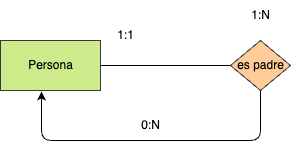
Above: Tareas/Unidad_2/tarea1/Ejercicio4.drawio.png in antonioinigo/base-datos (draw.io), before the change. Source tidied: cells renumbered, new cells last; positions are measured from the earlier drawing's top-left corner, leaving out a move shared by most shapes. Its diagram source:
```xml
<mxGraphModel>
  <root>
    <mxCell id="0" />
    <mxCell id="1" parent="0" />
    <mxCell id="2" style="html=1;entryX=0;entryY=0.5;entryDx=0;entryDy=0;fontColor=#000000;endArrow=none;endFill=0;" parent="1" edge="1" source="3" target="5">
      <mxGeometry relative="1" as="geometry" />
    </mxCell>
    <mxCell id="3" value="&lt;font color=&quot;#000000&quot;&gt;Persona&lt;/font&gt;" style="html=1;dashed=0;whitespace=wrap;fillColor=#cdeb8b;strokeColor=#36393d;" parent="1" vertex="1">
      <mxGeometry y="40" width="100" height="50" as="geometry" />
    </mxCell>
    <mxCell id="4" style="edgeStyle=elbowEdgeStyle;html=1;elbow=vertical;entryX=0.41;entryY=1.02;entryDx=0;entryDy=0;entryPerimeter=0;" parent="1" edge="1" source="5" target="3">
      <mxGeometry relative="1" as="geometry">
        <Array as="points">
          <mxPoint x="150" y="140" />
        </Array>
      </mxGeometry>
    </mxCell>
    <mxCell id="5" value="&lt;font color=&quot;#000000&quot;&gt;es padre&lt;br&gt;&lt;/font&gt;" style="shape=rhombus;html=1;dashed=0;whitespace=wrap;perimeter=rhombusPerimeter;fillColor=#ffcc99;strokeColor=#36393d;" parent="1" vertex="1">
      <mxGeometry x="230" y="40" width="60" height="50" as="geometry" />
    </mxCell>
    <mxCell id="6" value="1:1" style="text;html=1;align=center;verticalAlign=middle;strokeColor=none;fillColor=none;fontColor=#000000;" parent="1" vertex="1">
      <mxGeometry x="105" y="20" width="40" height="30" as="geometry" />
    </mxCell>
    <mxCell id="7" value="0:N" style="text;html=1;align=center;verticalAlign=middle;strokeColor=none;fillColor=none;fontColor=#000000;" parent="1" vertex="1">
      <mxGeometry x="130" y="110" width="40" height="30" as="geometry" />
    </mxCell>
    <mxCell id="8" value="1:N" style="text;html=1;align=center;verticalAlign=middle;strokeColor=none;fillColor=none;fontColor=#000000;" parent="1" vertex="1">
      <mxGeometry x="240" width="40" height="30" as="geometry" />
    </mxCell>
  </root>
</mxGraphModel>
```
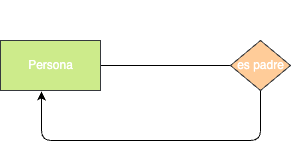
The same file after the commit.

What changed in the source:
```diff
@@ -2,29 +2,29 @@
   <root>
     <mxCell id="0" />
     <mxCell id="1" parent="0" />
-    <mxCell id="2" style="html=1;entryX=0;entryY=0.5;entryDx=0;entryDy=0;fontColor=#000000;endArrow=none;endFill=0;" parent="1" edge="1" source="3" target="5">
+    <mxCell id="2" style="html=1;entryX=0;entryY=0.5;entryDx=0;entryDy=0;fontColor=#FFFFFF;endArrow=none;endFill=0;" parent="1" edge="1" source="3" target="5">
       <mxGeometry relative="1" as="geometry" />
     </mxCell>
-    <mxCell id="3" value="&lt;font color=&quot;#000000&quot;&gt;Persona&lt;/font&gt;" style="html=1;dashed=0;whitespace=wrap;fillColor=#cdeb8b;strokeColor=#36393d;" parent="1" vertex="1">
+    <mxCell id="3" value="&lt;font&gt;Persona&lt;/font&gt;" style="html=1;dashed=0;whitespace=wrap;fillColor=#cdeb8b;strokeColor=#36393d;fontColor=#FFFFFF;" parent="1" vertex="1">
       <mxGeometry y="40" width="100" height="50" as="geometry" />
     </mxCell>
-    <mxCell id="4" style="edgeStyle=elbowEdgeStyle;html=1;elbow=vertical;entryX=0.41;entryY=1.02;entryDx=0;entryDy=0;entryPerimeter=0;" parent="1" edge="1" source="5" target="3">
+    <mxCell id="4" style="edgeStyle=elbowEdgeStyle;html=1;elbow=vertical;entryX=0.41;entryY=1.02;entryDx=0;entryDy=0;entryPerimeter=0;fontColor=#FFFFFF;" parent="1" edge="1" source="5" target="3">
       <mxGeometry relative="1" as="geometry">
         <Array as="points">
           <mxPoint x="150" y="140" />
         </Array>
       </mxGeometry>
     </mxCell>
-    <mxCell id="5" value="&lt;font color=&quot;#000000&quot;&gt;es padre&lt;br&gt;&lt;/font&gt;" style="shape=rhombus;html=1;dashed=0;whitespace=wrap;perimeter=rhombusPerimeter;fillColor=#ffcc99;strokeColor=#36393d;" parent="1" vertex="1">
+    <mxCell id="5" value="&lt;font&gt;es padre&lt;br&gt;&lt;/font&gt;" style="shape=rhombus;html=1;dashed=0;whitespace=wrap;perimeter=rhombusPerimeter;fillColor=#ffcc99;strokeColor=#36393d;fontColor=#FFFFFF;" parent="1" vertex="1">
       <mxGeometry x="230" y="40" width="60" height="50" as="geometry" />
     </mxCell>
-    <mxCell id="6" value="1:1" style="text;html=1;align=center;verticalAlign=middle;strokeColor=none;fillColor=none;fontColor=#000000;" parent="1" vertex="1">
+    <mxCell id="6" value="1:1" style="text;html=1;align=center;verticalAlign=middle;strokeColor=none;fillColor=none;fontColor=#FFFFFF;" parent="1" vertex="1">
       <mxGeometry x="105" y="20" width="40" height="30" as="geometry" />
     </mxCell>
-    <mxCell id="7" value="0:N" style="text;html=1;align=center;verticalAlign=middle;strokeColor=none;fillColor=none;fontColor=#000000;" parent="1" vertex="1">
+    <mxCell id="7" value="0:N" style="text;html=1;align=center;verticalAlign=middle;strokeColor=none;fillColor=none;fontColor=#FFFFFF;" parent="1" vertex="1">
       <mxGeometry x="130" y="110" width="40" height="30" as="geometry" />
     </mxCell>
-    <mxCell id="8" value="1:N" style="text;html=1;align=center;verticalAlign=middle;strokeColor=none;fillColor=none;fontColor=#000000;" parent="1" vertex="1">
+    <mxCell id="8" value="1:N" style="text;html=1;align=center;verticalAlign=middle;strokeColor=none;fillColor=none;fontColor=#FFFFFF;" parent="1" vertex="1">
       <mxGeometry x="240" width="40" height="30" as="geometry" />
     </mxCell>
   </root>
```
